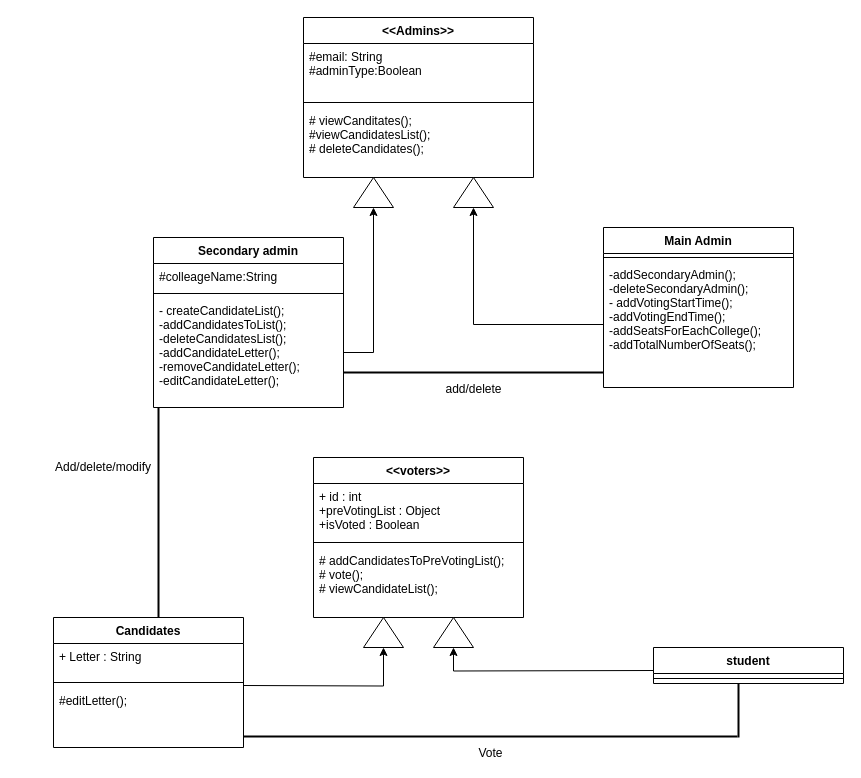
This is docs/Untitled Diagram.drawio from Sabbaghh/E-Election, a draw.io file, before an edit. Source tidied: cells renumbered, new cells numbered last; positions are measured from the earlier drawing's top-left corner, leaving out a move shared by most shapes. Both pictures are drawn from the tidied source at 100%, with x=0, y=0 at pixel (33, 17).
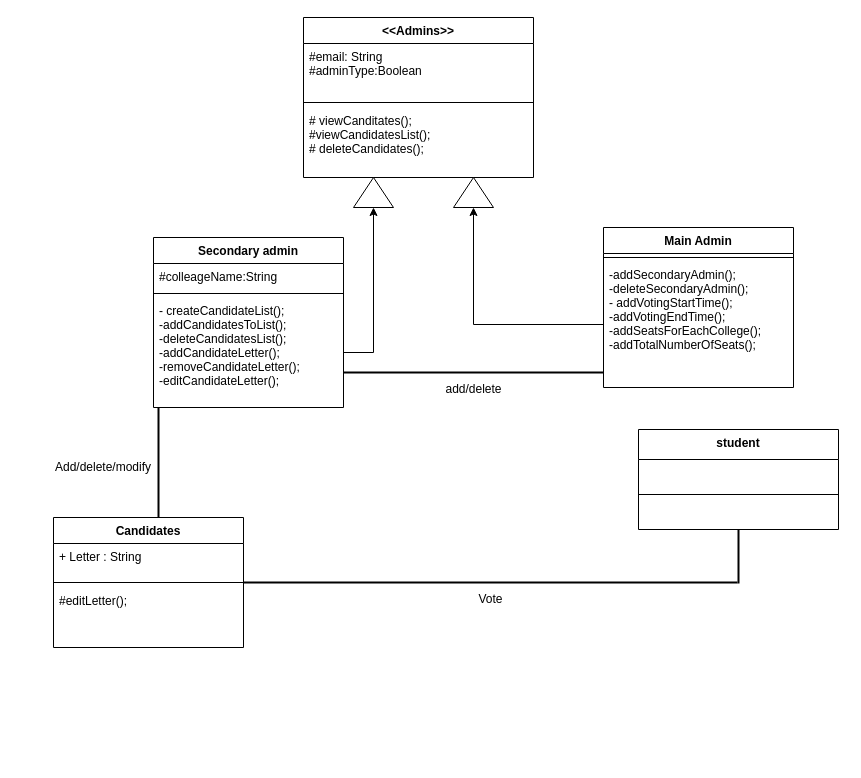
After the change.

What changed in the source:
```diff
@@
-    <mxCell id="18" value="&lt;&lt;voters&gt;&gt;" style="swimlane;fontStyle=1;align=center;verticalAlign=top;horizontal=1;startSize=26;" parent="1" vertex="1">
-      <mxGeometry x="280" y="440" width="210" height="160" as="geometry" />
-    </mxCell>
-    <mxCell id="19" value="+ id : int&#10;+preVotingList : Object&#10;+isVoted : Boolean&#10;" style="text;strokeColor=none;fillColor=none;align=left;verticalAlign=top;spacingLeft=4;spacingRight=4;overflow=hidden;" parent="18" vertex="1">
-      <mxGeometry y="26" width="210" height="54" as="geometry" />
-    </mxCell>
-    <mxCell id="20" style="line;strokeWidth=1;fillColor=none;align=left;verticalAlign=middle;spacingTop=-1;spacingLeft=3;spacingRight=3;labelPosition=right;" parent="18" vertex="1">
-      <mxGeometry y="80" width="210" height="10" as="geometry" />
-    </mxCell>
-    <mxCell id="21" value="# addCandidatesToPreVotingList();&#10;# vote();&#10;# viewCandidateList();" style="text;strokeColor=none;fillColor=none;align=left;verticalAlign=top;spacingLeft=4;spacingRight=4;overflow=hidden;" parent="18" vertex="1">
-      <mxGeometry y="90" width="210" height="70" as="geometry" />
-    </mxCell>
@@
-    <mxCell id="23" style="verticalLabelPosition=bottom;verticalAlign=top;html=1;shape=mxgraph.basic.acute_triangle;dx=0.5;" parent="1" vertex="1">
-      <mxGeometry x="330" y="600" width="40" height="30" as="geometry" />
-    </mxCell>
-    <mxCell id="24" style="edgeStyle=orthogonalEdgeStyle;rounded=0;jettySize=auto;html=1;entryX=0.5;entryY=1;entryDx=0;entryDy=0;entryPerimeter=0;" parent="1" edge="1" target="23">
-      <mxGeometry relative="1" as="geometry">
-        <mxPoint x="210" y="668" as="sourcePoint" />
-      </mxGeometry>
-    </mxCell>
-    <mxCell id="25" value="student" style="swimlane;fontStyle=1;align=center;verticalAlign=top;horizontal=1;startSize=26;" parent="1" vertex="1">
-      <mxGeometry x="620" y="630" width="190" height="36" as="geometry" />
+    <mxCell id="25" value="student" style="swimlane;fontStyle=1;align=center;verticalAlign=top;horizontal=1;startSize=30;" parent="1" vertex="1">
+      <mxGeometry x="605" y="412" width="200" height="100" as="geometry" />
     </mxCell>
     <mxCell id="26" style="line;strokeWidth=1;fillColor=none;align=left;verticalAlign=middle;spacingTop=-1;spacingLeft=3;spacingRight=3;labelPosition=right;" parent="25" vertex="1">
-      <mxGeometry y="26" width="190" height="10" as="geometry" />
+      <mxGeometry y="30" width="200" height="70" as="geometry" />
     </mxCell>
-    <mxCell id="27" style="verticalLabelPosition=bottom;verticalAlign=top;html=1;shape=mxgraph.basic.acute_triangle;dx=0.5;" parent="1" vertex="1">
-      <mxGeometry x="400" y="600" width="40" height="30" as="geometry" />
-    </mxCell>
-    <mxCell id="28" style="edgeStyle=orthogonalEdgeStyle;rounded=0;jettySize=auto;html=1;entryX=0.5;entryY=1;entryDx=0;entryDy=0;entryPerimeter=0;" parent="1" edge="1" target="27">
-      <mxGeometry relative="1" as="geometry">
-        <mxPoint x="620" y="653" as="sourcePoint" />
-      </mxGeometry>
-    </mxCell>
     <mxCell id="29" value="Candidates" style="swimlane;fontStyle=1;align=center;verticalAlign=top;horizontal=1;startSize=26;" parent="1" vertex="1">
-      <mxGeometry x="20" y="600" width="190" height="130" as="geometry" />
+      <mxGeometry x="20" y="500" width="190" height="130" as="geometry" />
     </mxCell>
@@
     <mxCell id="34" style="line;strokeWidth=2;direction=south;html=1;" parent="1" vertex="1">
-      <mxGeometry x="120" y="390" width="10" height="210" as="geometry" />
+      <mxGeometry x="120" y="390" width="10" height="110" as="geometry" />
     </mxCell>
@@
     <mxCell id="36" style="line;strokeWidth=2;direction=south;html=1;" parent="1" vertex="1">
-      <mxGeometry x="700" y="666" width="10" height="54" as="geometry" />
+      <mxGeometry x="700" y="512" width="10" height="54" as="geometry" />
     </mxCell>
     <mxCell id="37" value="Vote" style="line;strokeWidth=2;html=1;" parent="1" vertex="1">
-      <mxGeometry x="210" y="714" width="494" height="10" as="geometry" />
+      <mxGeometry x="210" y="560" width="494" height="10" as="geometry" />
     </mxCell>
```
